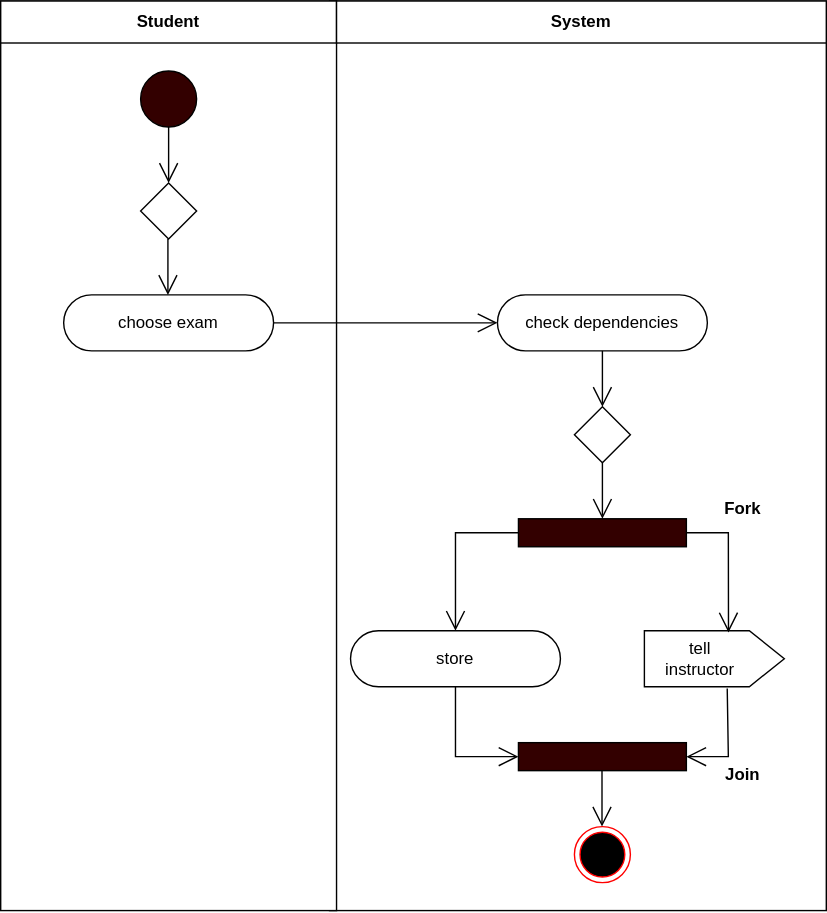
The draw.io diagram swe-2/static/activity-diagrams/diagram-2.svg in m1gwings/summaries, before a commit. Source tidied: cells renumbered, new cells last; positions are measured from the earlier drawing's top-left corner, leaving out a move shared by most shapes.
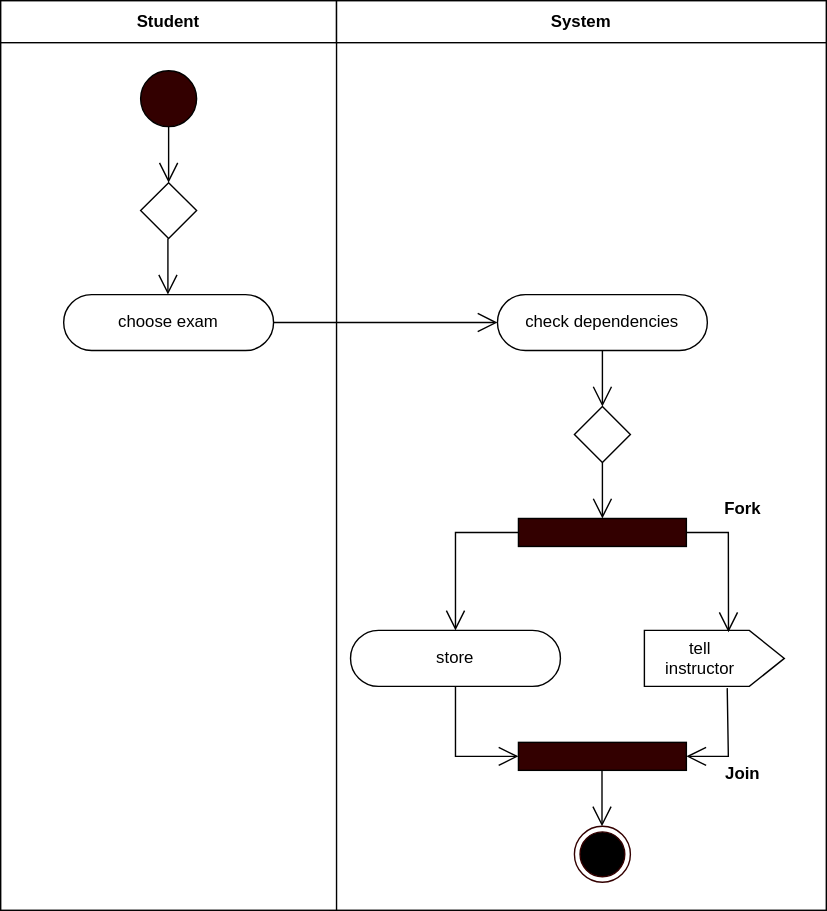
After the commit.

What changed in the source:
```diff
@@ -22,7 +22,7 @@
     <mxCell id="7" value="choose exam" style="rounded=1;whiteSpace=wrap;html=1;arcSize=50;" parent="1" vertex="1">
       <mxGeometry x="45" y="210" width="150" height="40" as="geometry" />
     </mxCell>
-    <mxCell id="8" style="ellipse;html=1;shape=endState;fillColor=#000000;strokeColor=#ff0000;" parent="1" vertex="1">
+    <mxCell id="8" style="ellipse;html=1;shape=endState;fillColor=#000000;strokeColor=#330000;" parent="1" vertex="1">
       <mxGeometry x="410" y="590" width="40" height="40" as="geometry" />
     </mxCell>
     <mxCell id="9" style="endArrow=open;endFill=1;endSize=12;html=1;rounded=0;exitX=0.5;exitY=1;exitDx=0;exitDy=0;entryX=0.5;entryY=0;entryDx=0;entryDy=0;" parent="1" edge="1">
```
